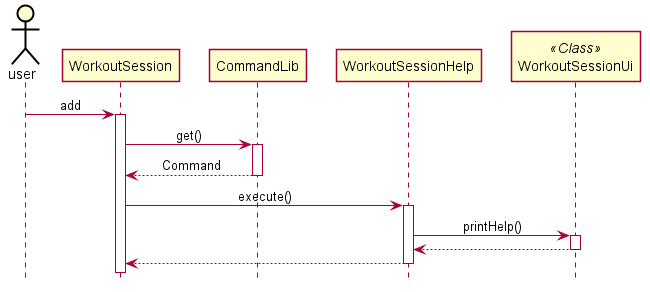
Above: docs/pictures/jinyang/WokroutSessionHelp.png in zsk612/tp (PlantUML), before the change.
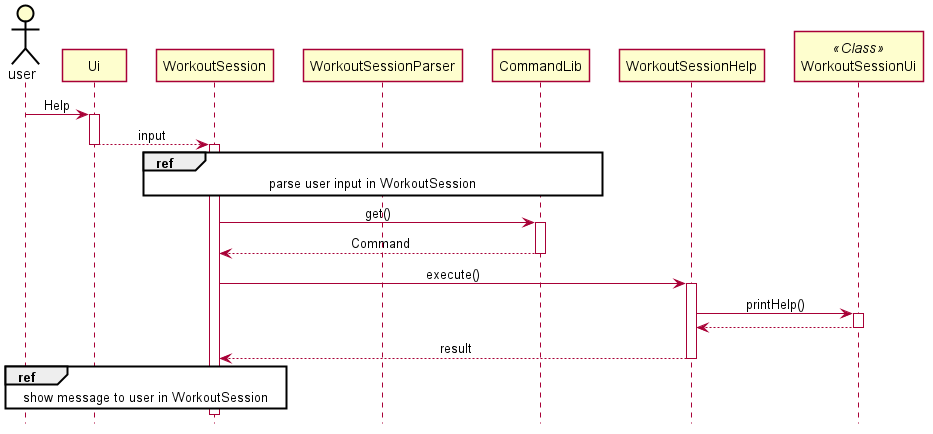
Later version of the same file.

Change to the diagram source:
```diff
@@ -42,8 +42,12 @@
 hide circle
 
 actor user
-user -> WorkoutSession : add
+user -> Ui++ : Help
+Ui --> WorkoutSession -- : input
+
 activate WorkoutSession
+
+ref over WorkoutSession, WorkoutSessionParser, CommandLib: parse user input in WorkoutSession
 
 WorkoutSession -> CommandLib : get()
 activate CommandLib
@@ -58,6 +62,8 @@
 WorkoutSessionUi --> WorkoutSessionHelp
 deactivate WorkoutSessionUi
 
-WorkoutSessionHelp --> WorkoutSession
+WorkoutSessionHelp --> WorkoutSession : result
 deactivate WorkoutSessionHelp
+
+ref over WorkoutSession, Ui, user: show message to user in WorkoutSession
 @enduml
```
